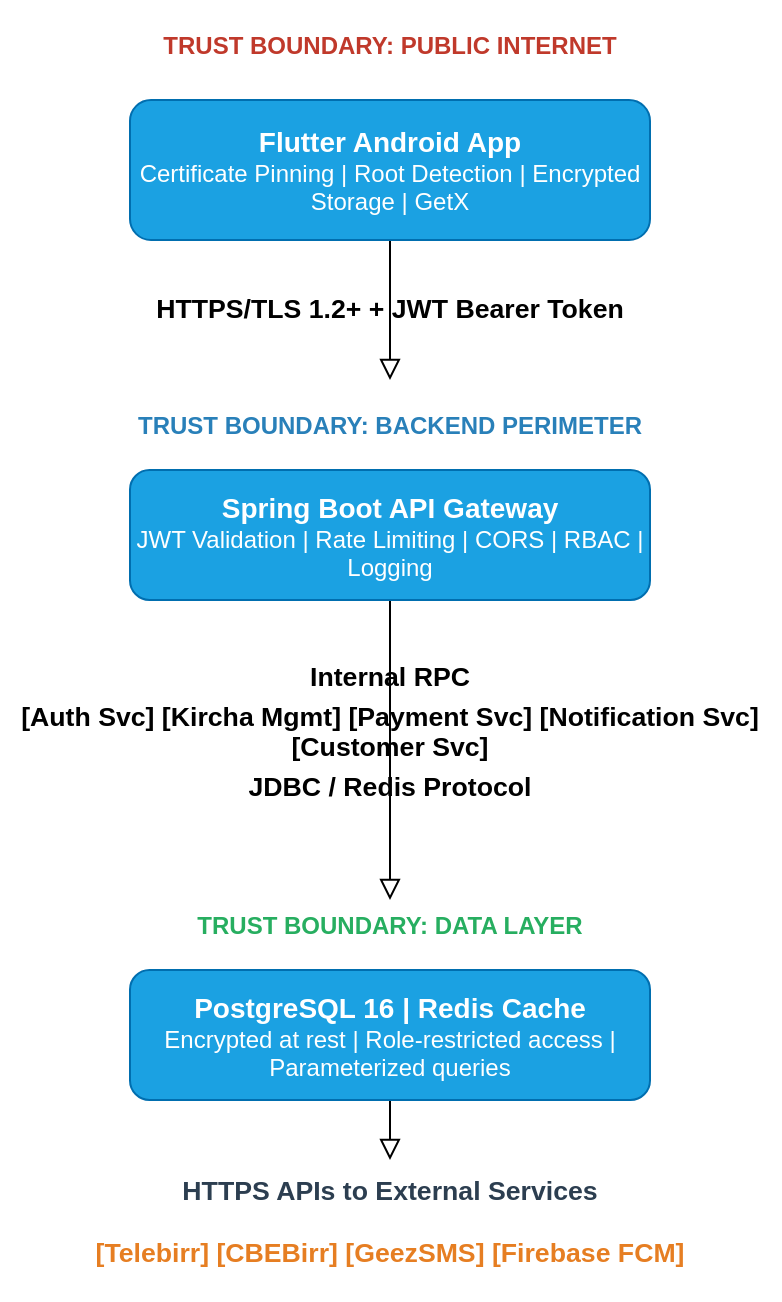
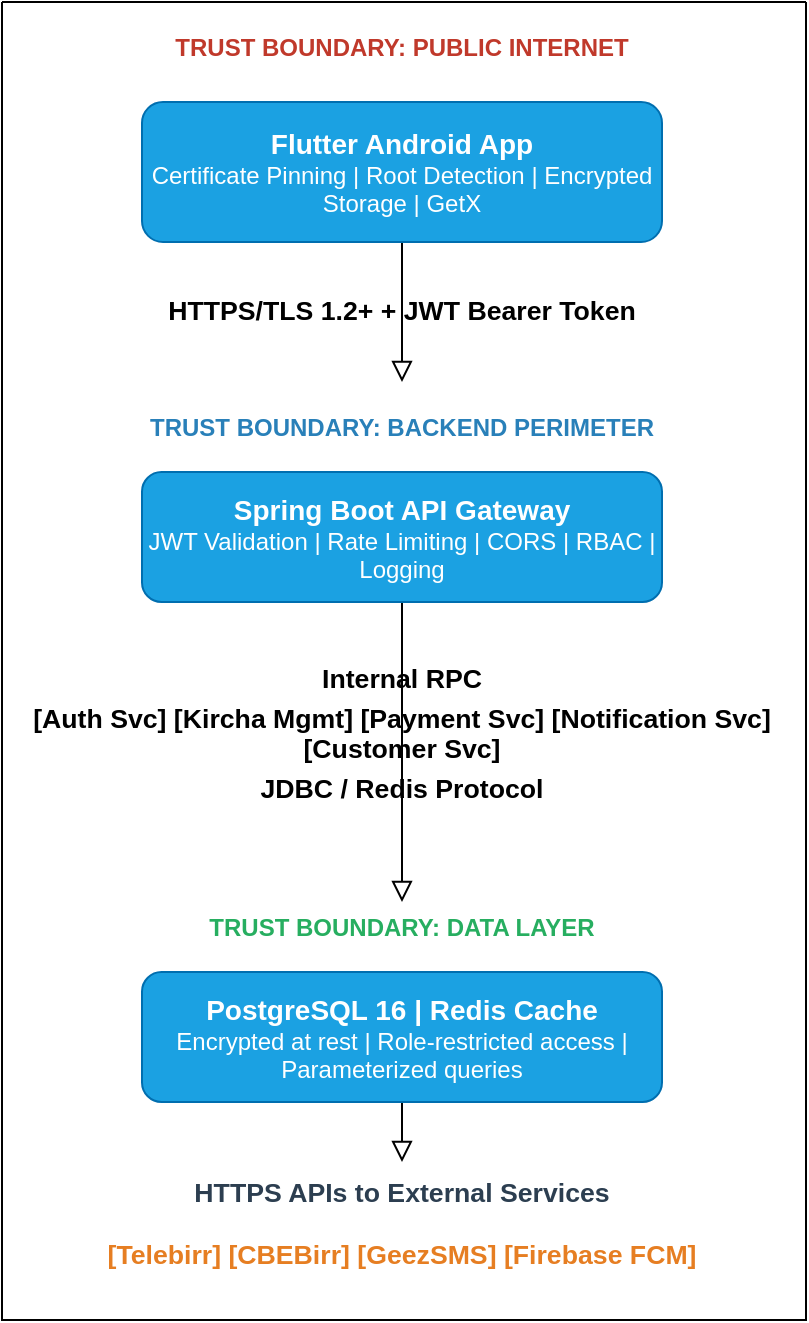
<mxfile host="app.diagrams.net">
  <diagram id="C5RBs43oDa-KdzZeNtuy" name="Page-1">
    <mxGraphModel dx="1030" dy="583" grid="0" gridSize="10" guides="1" tooltips="1" connect="1" arrows="1" fold="1" page="1" pageScale="1" pageWidth="827" pageHeight="1169" math="0" shadow="0">
      <root>
        <mxCell id="WIyWlLk6GJQsqaUBKTNV-0" />
        <mxCell id="WIyWlLk6GJQsqaUBKTNV-1" parent="WIyWlLk6GJQsqaUBKTNV-0" />
        <mxCell id="WIyWlLk6GJQsqaUBKTNV-2" edge="1" parent="WIyWlLk6GJQsqaUBKTNV-1" source="WIyWlLk6GJQsqaUBKTNV-3" style="rounded=0;html=1;jettySize=auto;orthogonalLoop=1;fontSize=11;endArrow=block;endFill=0;endSize=8;strokeWidth=1;shadow=0;labelBackgroundColor=none;edgeStyle=orthogonalEdgeStyle;entryX=0.5;entryY=0;entryDx=0;entryDy=0;" target="EC1OLnHcg-hDZEbeRDg6-5" value="">
          <mxGeometry relative="1" as="geometry">
            <mxPoint x="414" y="238" as="targetPoint" />
          </mxGeometry>
        </mxCell>
        <mxCell id="EC1OLnHcg-hDZEbeRDg6-1" connectable="0" parent="WIyWlLk6GJQsqaUBKTNV-2" style="edgeLabel;html=1;align=center;verticalAlign=middle;resizable=0;points=[];" value="&lt;p class=&quot;western&quot; align=&quot;center&quot; style=&quot;color: rgb(0, 0, 0); line-height: 14.6667px; text-align: left; margin-bottom: 0in; direction: ltr; background: transparent; font-family: Arial, serif; font-size: 11pt; white-space: normal; margin-top: 0.04in;&quot;&gt;&lt;br&gt;&lt;/p&gt;" vertex="1">
          <mxGeometry relative="1" x="-0.31" y="-2" as="geometry">
            <mxPoint x="2" y="12" as="offset" />
          </mxGeometry>
        </mxCell>
        <mxCell id="WIyWlLk6GJQsqaUBKTNV-3" parent="WIyWlLk6GJQsqaUBKTNV-1" style="rounded=1;whiteSpace=wrap;html=1;fontSize=12;glass=0;strokeWidth=1;shadow=0;fillColor=#1ba1e2;fontColor=#ffffff;strokeColor=#006EAF;" value="&lt;div&gt;&lt;b&gt;&lt;font style=&quot;font-size: 14px;&quot;&gt;Flutter Android App&lt;/font&gt;&lt;/b&gt;&lt;/div&gt;&lt;div&gt;Certificate Pinning | Root Detection | Encrypted Storage | GetX&lt;/div&gt;" vertex="1">
          <mxGeometry height="70" width="260" x="284" y="118" as="geometry" />
        </mxCell>
        <mxCell id="EC1OLnHcg-hDZEbeRDg6-0" parent="WIyWlLk6GJQsqaUBKTNV-1" style="text;html=1;whiteSpace=wrap;strokeColor=none;fillColor=none;align=center;verticalAlign=middle;rounded=0;" value="&lt;p class=&quot;western&quot; align=&quot;center&quot; style=&quot;color: rgb(0, 0, 0); line-height: 14.6667px; text-align: left; margin-bottom: 0in; direction: ltr; background: transparent; font-family: Arial, serif; font-size: 11pt;&quot;&gt;&lt;font color=&quot;#c0392b&quot;&gt;&lt;font style=&quot;font-size: 9pt;&quot;&gt;&lt;b&gt;TRUST BOUNDARY: PUBLIC INTERNET&lt;/b&gt;&lt;/font&gt;&lt;/font&gt;&lt;/p&gt;" vertex="1">
          <mxGeometry height="30" width="260" x="284" y="68" as="geometry" />
        </mxCell>
        <mxCell id="EC1OLnHcg-hDZEbeRDg6-2" edge="1" parent="WIyWlLk6GJQsqaUBKTNV-1" source="EC1OLnHcg-hDZEbeRDg6-4" style="rounded=0;html=1;jettySize=auto;orthogonalLoop=1;fontSize=11;endArrow=block;endFill=0;endSize=8;strokeWidth=1;shadow=0;labelBackgroundColor=none;edgeStyle=orthogonalEdgeStyle;" value="">
          <mxGeometry relative="1" as="geometry">
            <mxPoint x="414" y="518" as="targetPoint" />
          </mxGeometry>
        </mxCell>
        <mxCell id="EC1OLnHcg-hDZEbeRDg6-3" connectable="0" parent="EC1OLnHcg-hDZEbeRDg6-2" style="edgeLabel;html=1;align=center;verticalAlign=middle;resizable=0;points=[];" value="&lt;p class=&quot;western&quot; align=&quot;center&quot; style=&quot;color: rgb(0, 0, 0); line-height: 14.6667px; text-align: left; margin-bottom: 0in; direction: ltr; background: transparent; font-family: Arial, serif; font-size: 11pt; white-space: normal; margin-top: 0.04in;&quot;&gt;&lt;br&gt;&lt;/p&gt;" vertex="1">
          <mxGeometry relative="1" x="-0.31" y="-2" as="geometry">
            <mxPoint x="92" y="80" as="offset" />
          </mxGeometry>
        </mxCell>
        <mxCell id="EC1OLnHcg-hDZEbeRDg6-4" parent="WIyWlLk6GJQsqaUBKTNV-1" style="rounded=1;whiteSpace=wrap;html=1;fontSize=12;glass=0;strokeWidth=1;shadow=0;fillColor=#1ba1e2;fontColor=#ffffff;strokeColor=#006EAF;" value="&lt;div&gt;&lt;div&gt;&lt;span style=&quot;font-size: 14px;&quot;&gt;&lt;b&gt;Spring Boot API Gateway&lt;/b&gt;&lt;/span&gt;&lt;/div&gt;&lt;div&gt;&lt;font style=&quot;font-size: 12px;&quot;&gt;J&lt;font style=&quot;&quot;&gt;WT Validation | Rate Limiting | CORS | RBAC | Logging&lt;/font&gt;&lt;/font&gt;&lt;/div&gt;&lt;/div&gt;" vertex="1">
          <mxGeometry height="65" width="260" x="284" y="303" as="geometry" />
        </mxCell>
        <mxCell id="EC1OLnHcg-hDZEbeRDg6-5" parent="WIyWlLk6GJQsqaUBKTNV-1" style="text;html=1;whiteSpace=wrap;strokeColor=none;fillColor=none;align=center;verticalAlign=middle;rounded=0;" value="&lt;p class=&quot;western&quot; align=&quot;center&quot; style=&quot;color: rgb(0, 0, 0); line-height: 14.6667px; text-align: left; margin-bottom: 0in; direction: ltr; background: transparent; font-family: Arial, serif; font-size: 11pt;&quot;&gt;&lt;font color=&quot;#2980b9&quot;&gt;&lt;font style=&quot;font-size: 9pt;&quot;&gt;&lt;b&gt;TRUST BOUNDARY: BACKEND PERIMETER&lt;/b&gt;&lt;/font&gt;&lt;/font&gt;&lt;/p&gt;" vertex="1">
          <mxGeometry height="30" width="260" x="284" y="258" as="geometry" />
        </mxCell>
        <mxCell id="EC1OLnHcg-hDZEbeRDg6-6" parent="WIyWlLk6GJQsqaUBKTNV-1" style="text;html=1;whiteSpace=wrap;strokeColor=none;fillColor=none;align=center;verticalAlign=middle;rounded=0;labelBackgroundColor=none;" value="&lt;p class=&quot;western&quot; style=&quot;color: rgb(0, 0, 0); line-height: 14.6667px; margin-bottom: 0in; direction: ltr; background-image: initial; background-position: initial; background-size: initial; background-repeat: initial; background-attachment: initial; background-origin: initial; background-clip: initial; font-family: Arial, serif; font-size: 11pt; margin-top: 0.04in;&quot;&gt;&lt;font&gt;&lt;font style=&quot;font-size: 10pt;&quot;&gt;&lt;b&gt;Internal RPC&lt;/b&gt;&lt;/font&gt;&lt;/font&gt;&lt;/p&gt;&lt;p class=&quot;western&quot; style=&quot;color: rgb(0, 0, 0); line-height: 14.6667px; margin-bottom: 0in; direction: ltr; background-image: initial; background-position: initial; background-size: initial; background-repeat: initial; background-attachment: initial; background-origin: initial; background-clip: initial; font-family: Arial, serif; font-size: 11pt; margin-top: 0.04in;&quot;&gt;&lt;b style=&quot;font-size: 10pt; color: light-dark(rgb(0, 0, 0), rgb(237, 237, 237));&quot;&gt;[Auth Svc] [Kircha Mgmt] [Payment Svc] [Notification Svc] [Customer Svc]&lt;/b&gt;&lt;/p&gt;&lt;p class=&quot;western&quot; style=&quot;color: rgb(0, 0, 0); line-height: 14.6667px; margin-bottom: 0in; direction: ltr; background-image: initial; background-position: initial; background-size: initial; background-repeat: initial; background-attachment: initial; background-origin: initial; background-clip: initial; font-family: Arial, serif; font-size: 11pt; margin-top: 0.04in;&quot;&gt;&lt;font&gt;&lt;font style=&quot;font-size: 10pt;&quot;&gt;&lt;b&gt;JDBC / Redis Protocol&lt;/b&gt;&lt;/font&gt;&lt;/font&gt;&lt;/p&gt;" vertex="1">
          <mxGeometry height="30" width="390" x="219" y="417" as="geometry" />
        </mxCell>
        <mxCell id="EC1OLnHcg-hDZEbeRDg6-7" parent="WIyWlLk6GJQsqaUBKTNV-1" style="text;html=1;whiteSpace=wrap;strokeColor=none;fillColor=none;align=center;verticalAlign=middle;rounded=0;fontColor=default;labelBackgroundColor=none;" value="&lt;p class=&quot;western&quot; style=&quot;line-height: 14.6667px; margin-bottom: 0in; direction: ltr; background-image: initial; background-position: initial; background-size: initial; background-repeat: initial; background-attachment: initial; background-origin: initial; background-clip: initial; font-family: Arial, serif; font-size: 11pt; margin-top: 0.04in;&quot;&gt;&lt;b style=&quot;font-size: 13.3333px; text-align: left;&quot;&gt;HTTPS/TLS 1.2+ + JWT Bearer Token&lt;/b&gt;&lt;/p&gt;" vertex="1">
          <mxGeometry height="30" width="390" x="219" y="205" as="geometry" />
        </mxCell>
        <mxCell id="EC1OLnHcg-hDZEbeRDg6-8" edge="1" parent="WIyWlLk6GJQsqaUBKTNV-1" source="EC1OLnHcg-hDZEbeRDg6-10" style="rounded=0;html=1;jettySize=auto;orthogonalLoop=1;fontSize=11;endArrow=block;endFill=0;endSize=8;strokeWidth=1;shadow=0;labelBackgroundColor=none;edgeStyle=orthogonalEdgeStyle;" value="">
          <mxGeometry relative="1" as="geometry">
            <mxPoint x="414" y="648" as="targetPoint" />
          </mxGeometry>
        </mxCell>
        <mxCell id="EC1OLnHcg-hDZEbeRDg6-9" connectable="0" parent="EC1OLnHcg-hDZEbeRDg6-8" style="edgeLabel;html=1;align=center;verticalAlign=middle;resizable=0;points=[];" value="&lt;p class=&quot;western&quot; align=&quot;center&quot; style=&quot;color: rgb(0, 0, 0); line-height: 14.6667px; text-align: left; margin-bottom: 0in; direction: ltr; background: transparent; font-family: Arial, serif; font-size: 11pt; white-space: normal; margin-top: 0.04in;&quot;&gt;&lt;br&gt;&lt;/p&gt;" vertex="1">
          <mxGeometry relative="1" x="-0.31" y="-2" as="geometry">
            <mxPoint x="92" y="80" as="offset" />
          </mxGeometry>
        </mxCell>
        <mxCell id="EC1OLnHcg-hDZEbeRDg6-10" parent="WIyWlLk6GJQsqaUBKTNV-1" style="rounded=1;whiteSpace=wrap;html=1;fontSize=12;glass=0;strokeWidth=1;shadow=0;fillColor=#1ba1e2;fontColor=#ffffff;strokeColor=#006EAF;" value="&lt;div&gt;&lt;span style=&quot;font-size: 14px;&quot;&gt;&lt;b&gt;PostgreSQL 16 | Redis Cache&lt;/b&gt;&lt;/span&gt;&lt;/div&gt;&lt;div&gt;&lt;font style=&quot;font-size: 12px;&quot;&gt;Encrypted at rest | Role-restricted access | Parameterized queries&lt;/font&gt;&lt;/div&gt;" vertex="1">
          <mxGeometry height="65" width="260" x="284" y="553" as="geometry" />
        </mxCell>
        <mxCell id="EC1OLnHcg-hDZEbeRDg6-11" parent="WIyWlLk6GJQsqaUBKTNV-1" style="text;html=1;whiteSpace=wrap;strokeColor=none;fillColor=none;align=center;verticalAlign=middle;rounded=0;" value="&lt;p class=&quot;western&quot; align=&quot;center&quot; style=&quot;color: rgb(0, 0, 0); line-height: 14.6667px; text-align: left; margin-bottom: 0in; direction: ltr; background: transparent; font-family: Arial, serif; font-size: 11pt;&quot;&gt;&lt;font color=&quot;#27ae60&quot;&gt;&lt;font style=&quot;font-size: 9pt;&quot;&gt;&lt;b&gt;TRUST BOUNDARY: DATA LAYER&lt;/b&gt;&lt;/font&gt;&lt;/font&gt;&lt;/p&gt;" vertex="1">
          <mxGeometry height="30" width="260" x="284" y="508" as="geometry" />
        </mxCell>
        <mxCell id="EC1OLnHcg-hDZEbeRDg6-12" parent="WIyWlLk6GJQsqaUBKTNV-1" style="text;html=1;whiteSpace=wrap;strokeColor=none;fillColor=none;align=center;verticalAlign=middle;rounded=0;labelBackgroundColor=default;" value="&lt;p class=&quot;western&quot; style=&quot;color: rgb(0, 0, 0); line-height: 14.6667px; margin-bottom: 0in; direction: ltr; background: transparent; font-family: Arial, serif; font-size: 11pt; margin-top: 0.04in;&quot;&gt;&lt;font color=&quot;#2c3e50&quot;&gt;&lt;font style=&quot;font-size: 10pt;&quot;&gt;&lt;b&gt;HTTPS APIs to External Services&lt;/b&gt;&lt;/font&gt;&lt;/font&gt;&lt;/p&gt;&lt;p class=&quot;western&quot; style=&quot;color: rgb(0, 0, 0); line-height: 14.6667px; margin-bottom: 0in; direction: ltr; background: transparent; font-family: Arial, serif; font-size: 11pt;&quot;&gt;&lt;font color=&quot;#e67e22&quot;&gt;&lt;font style=&quot;font-size: 10pt;&quot;&gt;&lt;b&gt;[Telebirr] [CBEBirr] [GeezSMS] [Firebase FCM]&lt;/b&gt;&lt;/font&gt;&lt;/font&gt;&lt;/p&gt;" vertex="1">
          <mxGeometry height="30" width="390" x="219" y="662" as="geometry" />
        </mxCell>
+         <mxCell id="EC1OLnHcg-hDZEbeRDg6-15" parent="WIyWlLk6GJQsqaUBKTNV-1" style="swimlane;startSize=0;" value="" vertex="1">
+           <mxGeometry height="659" width="402" x="214" y="68" as="geometry" />
+         </mxCell>
      </root>
    </mxGraphModel>
  </diagram>
</mxfile>
